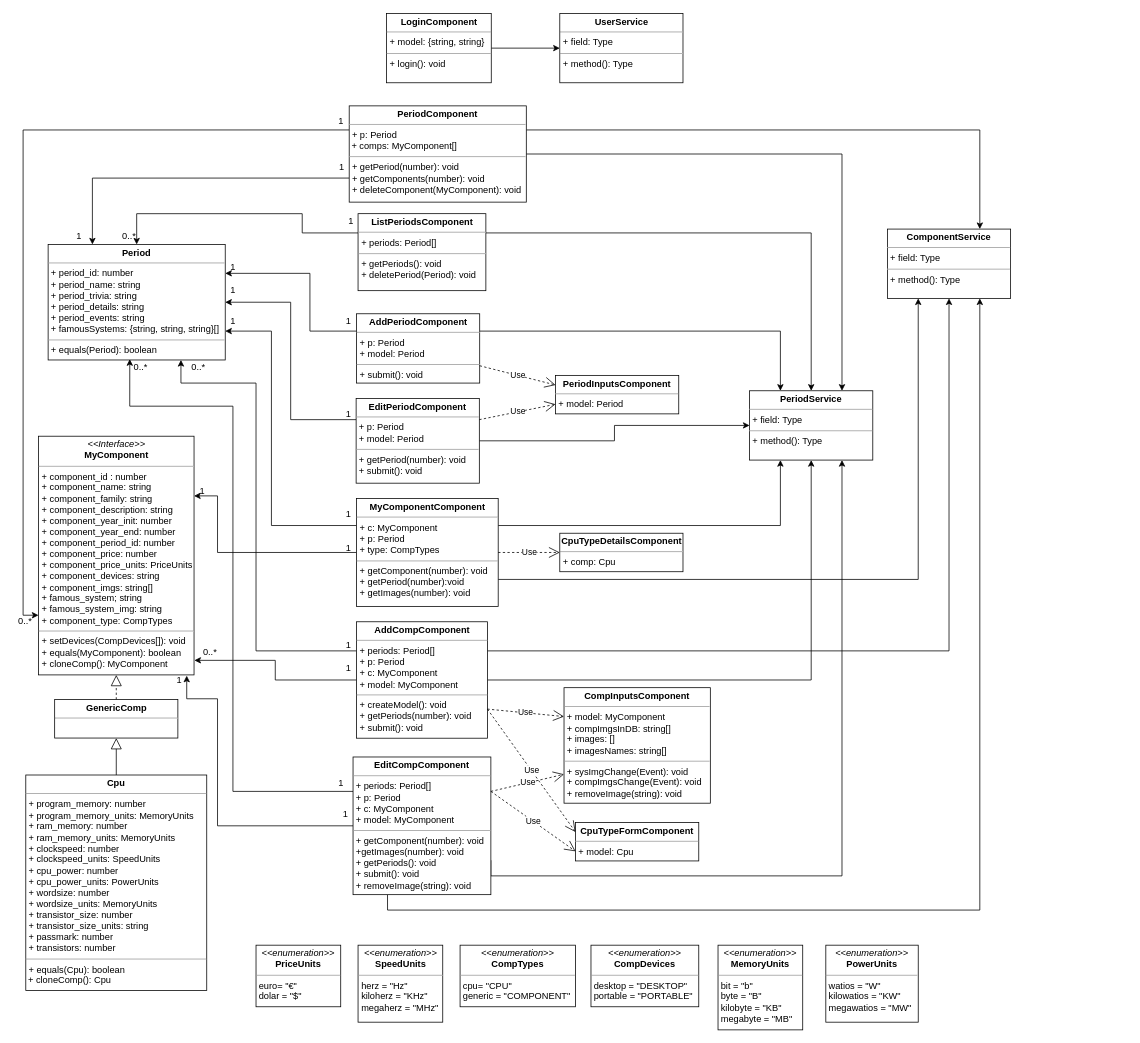
Before: documentacion/figures/dis-clases-admin.drawio in isafdezpe/museo-eii, a draw.io diagram. Source tidied: cells renumbered, new cells numbered last; positions are measured from the earlier drawing's top-left corner, leaving out a move shared by most shapes. Both pictures are drawn from the tidied source at 77%, with x=0, y=0 at pixel (13, 13).
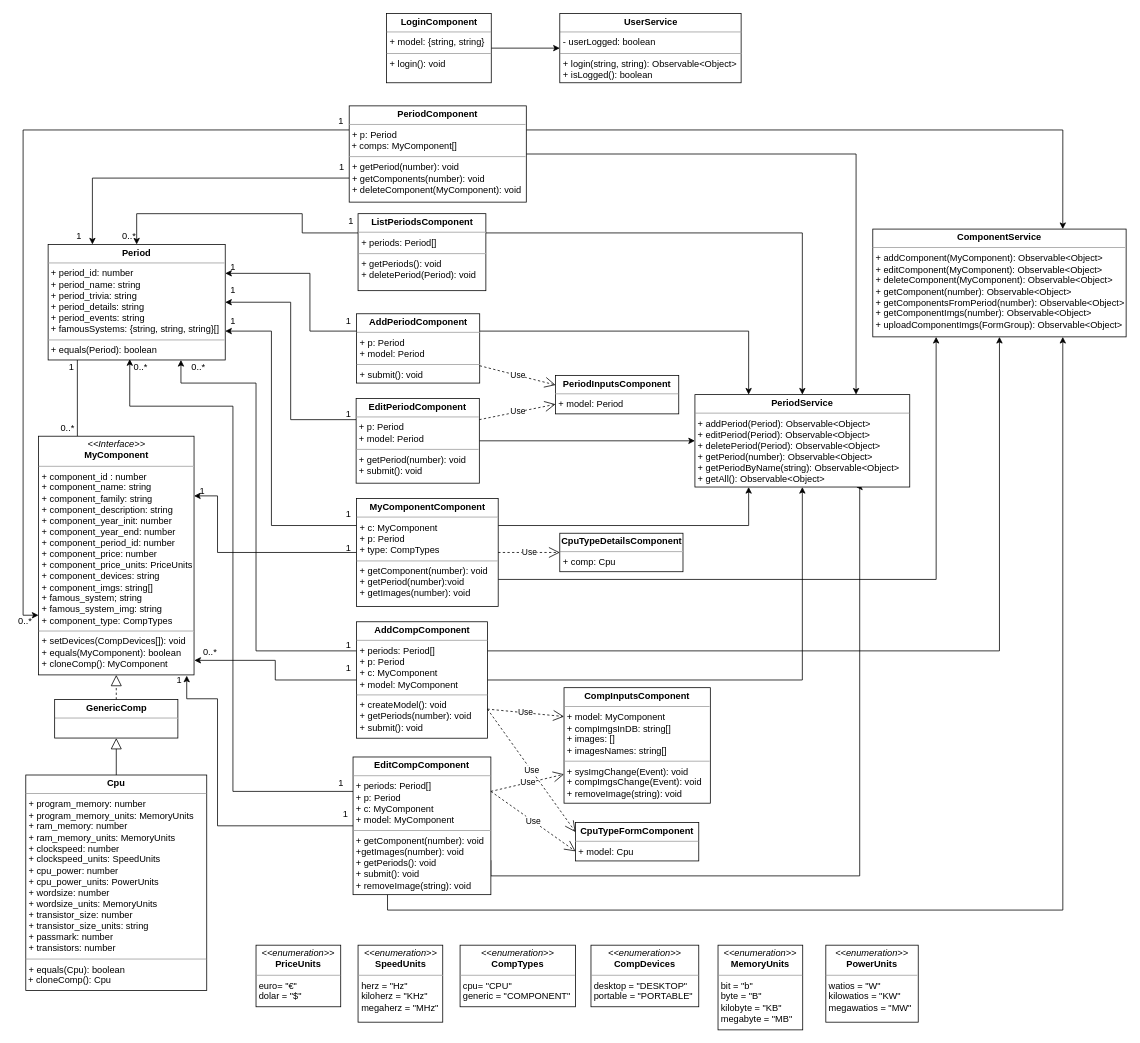
After the change.

The change refers to these unchanged cells:
```xml
<mxCell id="2" value="&lt;p style=&quot;margin: 0px ; margin-top: 4px ; text-align: center&quot;&gt;&lt;i&gt;&amp;lt;&amp;lt;Interface&amp;gt;&amp;gt;&lt;/i&gt;&lt;br&gt;&lt;b&gt;MyComponent&lt;/b&gt;&lt;/p&gt;&lt;hr size=&quot;1&quot;&gt;&lt;p style=&quot;margin: 0px ; margin-left: 4px&quot;&gt;+ component_id : number&lt;br&gt;+ component_name: string&lt;/p&gt;&lt;p style=&quot;margin: 0px ; margin-left: 4px&quot;&gt;+ component_family: string&lt;/p&gt;&lt;p style=&quot;margin: 0px ; margin-left: 4px&quot;&gt;+ component_description: string&lt;br&gt;&lt;/p&gt;&lt;p style=&quot;margin: 0px ; margin-left: 4px&quot;&gt;+ component_year_init: number&lt;br&gt;&lt;/p&gt;&lt;p style=&quot;margin: 0px ; margin-left: 4px&quot;&gt;+ component_year_end: number&lt;br&gt;&lt;/p&gt;&lt;p style=&quot;margin: 0px ; margin-left: 4px&quot;&gt;+ component_period_id: number&lt;br&gt;&lt;/p&gt;&lt;p style=&quot;margin: 0px ; margin-left: 4px&quot;&gt;+ component_price: number&lt;br&gt;&lt;/p&gt;&lt;p style=&quot;margin: 0px ; margin-left: 4px&quot;&gt;+ component_price_units: PriceUnits&lt;br&gt;&lt;/p&gt;&lt;p style=&quot;margin: 0px ; margin-left: 4px&quot;&gt;+ component_devices: string&lt;br&gt;&lt;/p&gt;&lt;p style=&quot;margin: 0px ; margin-left: 4px&quot;&gt;+ component_imgs: string[]&lt;br&gt;&lt;/p&gt;&lt;p style=&quot;margin: 0px ; margin-left: 4px&quot;&gt;+ famous_system; string&lt;br&gt;&lt;/p&gt;&lt;p style=&quot;margin: 0px ; margin-left: 4px&quot;&gt;+ famous_system_img: string&lt;/p&gt;&lt;p style=&quot;margin: 0px ; margin-left: 4px&quot;&gt;+ component_type: CompTypes&lt;br&gt;&lt;/p&gt;&lt;hr size=&quot;1&quot;&gt;&lt;p style=&quot;margin: 0px ; margin-left: 4px&quot;&gt;+ setDevices(CompDevices[]): void&lt;br&gt;+ equals(MyComponent): boolean&lt;/p&gt;&lt;p style=&quot;margin: 0px ; margin-left: 4px&quot;&gt;+ cloneComp(): MyComponent&lt;br&gt;&lt;/p&gt;" style="verticalAlign=top;align=left;overflow=fill;fontSize=12;fontFamily=Helvetica;html=1;" parent="1" vertex="1">
  <mxGeometry x="32.5" y="549" width="202" height="310" as="geometry" />
</mxCell>
<mxCell id="13" value="&lt;p style=&quot;margin: 0px ; margin-top: 4px ; text-align: center&quot;&gt;&lt;b&gt;Period&lt;/b&gt;&lt;/p&gt;&lt;hr size=&quot;1&quot;&gt;&lt;p style=&quot;margin: 0px ; margin-left: 4px&quot;&gt;+&amp;nbsp;&lt;span&gt;period_id: number&lt;/span&gt;&lt;/p&gt;&lt;p style=&quot;margin: 0px ; margin-left: 4px&quot;&gt;+ period_name: string&lt;/p&gt;&lt;p style=&quot;margin: 0px ; margin-left: 4px&quot;&gt;+ period_trivia: string&lt;/p&gt;&lt;p style=&quot;margin: 0px ; margin-left: 4px&quot;&gt;+ period_details: string&lt;/p&gt;&lt;p style=&quot;margin: 0px ; margin-left: 4px&quot;&gt;+ period_events: string&lt;/p&gt;&lt;p style=&quot;margin: 0px ; margin-left: 4px&quot;&gt;+ famousSystems: {string, string, string}[]&lt;/p&gt;&lt;hr size=&quot;1&quot;&gt;&lt;p style=&quot;margin: 0px ; margin-left: 4px&quot;&gt;+ equals(Period): boolean&lt;/p&gt;" style="verticalAlign=top;align=left;overflow=fill;fontSize=12;fontFamily=Helvetica;html=1;" parent="1" vertex="1">
  <mxGeometry x="45" y="300" width="230" height="150" as="geometry" />
</mxCell>
<mxCell id="29" value="&lt;p style=&quot;margin:0px;margin-top:4px;text-align:center;&quot;&gt;&lt;b&gt;EditCompComponent&lt;/b&gt;&lt;/p&gt;&lt;hr size=&quot;1&quot;&gt;&lt;p style=&quot;margin:0px;margin-left:4px;&quot;&gt;&lt;span style=&quot;background-color: initial;&quot;&gt;+ periods: Period[]&lt;/span&gt;&lt;br&gt;&lt;/p&gt;&lt;p style=&quot;margin: 0px 0px 0px 4px;&quot;&gt;+ p: Period&lt;/p&gt;&lt;p style=&quot;margin: 0px 0px 0px 4px;&quot;&gt;+ c: MyComponent&lt;/p&gt;&lt;p style=&quot;margin: 0px 0px 0px 4px;&quot;&gt;+ model: MyComponent&lt;/p&gt;&lt;hr size=&quot;1&quot;&gt;&lt;p style=&quot;margin:0px;margin-left:4px;&quot;&gt;+ getComponent(number): void&lt;/p&gt;&lt;p style=&quot;margin:0px;margin-left:4px;&quot;&gt;+getImages(number): void&lt;/p&gt;&lt;p style=&quot;margin:0px;margin-left:4px;&quot;&gt;+ getPeriods(): void&lt;/p&gt;&lt;p style=&quot;margin:0px;margin-left:4px;&quot;&gt;+ submit(): void&lt;/p&gt;&lt;p style=&quot;margin:0px;margin-left:4px;&quot;&gt;+ removeImage(string): void&lt;/p&gt;" style="verticalAlign=top;align=left;overflow=fill;fontSize=12;fontFamily=Helvetica;html=1;" parent="1" vertex="1">
  <mxGeometry x="441" y="965.6" width="179" height="178.8" as="geometry" />
</mxCell>
```

Diff of the diagram source:
```diff
@@
+    <mxCell id="81" style="edgeStyle=orthogonalEdgeStyle;rounded=0;jettySize=auto;html=1;exitX=0.25;exitY=0;exitDx=0;exitDy=0;entryX=0.165;entryY=1;entryDx=0;entryDy=0;endArrow=none;endFill=0;entryPerimeter=0;" parent="1" edge="1" source="2" target="13">
+      <mxGeometry relative="1" as="geometry" />
+    </mxCell>
@@
     <mxCell id="28" style="edgeStyle=orthogonalEdgeStyle;rounded=0;jettySize=auto;html=1;exitX=1;exitY=0.75;exitDx=0;exitDy=0;entryX=0.75;entryY=1;entryDx=0;entryDy=0;" parent="1" edge="1" source="29" target="50">
       <mxGeometry relative="1" as="geometry">
         <Array as="points">
           <mxPoint x="620" y="1120" />
-          <mxPoint x="1076" y="1120" />
+          <mxPoint x="1099" y="1120" />
         </Array>
       </mxGeometry>
     </mxCell>
@@
-    <mxCell id="49" value="&lt;p style=&quot;margin:0px;margin-top:4px;text-align:center;&quot;&gt;&lt;b&gt;ComponentService&lt;/b&gt;&lt;/p&gt;&lt;hr size=&quot;1&quot;&gt;&lt;p style=&quot;margin:0px;margin-left:4px;&quot;&gt;+ field: Type&lt;/p&gt;&lt;hr size=&quot;1&quot;&gt;&lt;p style=&quot;margin:0px;margin-left:4px;&quot;&gt;+ method(): Type&lt;/p&gt;" style="verticalAlign=top;align=left;overflow=fill;fontSize=12;fontFamily=Helvetica;html=1;" parent="1" vertex="1">
-      <mxGeometry x="1135" y="280" width="160" height="90" as="geometry" />
+    <mxCell id="49" value="&lt;p style=&quot;margin:0px;margin-top:4px;text-align:center;&quot;&gt;&lt;b&gt;ComponentService&lt;/b&gt;&lt;/p&gt;&lt;hr size=&quot;1&quot;&gt;&lt;p style=&quot;margin:0px;margin-left:4px;&quot;&gt;&lt;/p&gt;&lt;p style=&quot;margin:0px;margin-left:4px;&quot;&gt;+ addComponent(MyComponent): Observable&amp;lt;Object&amp;gt;&lt;/p&gt;&lt;p style=&quot;margin:0px;margin-left:4px;&quot;&gt;+ editComponent(MyComponent): Observable&amp;lt;Object&amp;gt;&lt;/p&gt;&lt;p style=&quot;margin:0px;margin-left:4px;&quot;&gt;+ deleteComponent(MyComponent): Observable&amp;lt;Object&amp;gt;&lt;/p&gt;&lt;p style=&quot;margin:0px;margin-left:4px;&quot;&gt;+ getComponent(number): Observable&amp;lt;Object&amp;gt;&lt;/p&gt;&lt;p style=&quot;margin:0px;margin-left:4px;&quot;&gt;+ getComponentsFromPeriod(number): Observable&amp;lt;Object&amp;gt;&lt;/p&gt;&lt;p style=&quot;margin:0px;margin-left:4px;&quot;&gt;+ getComponentImgs(number): Observable&amp;lt;Object&amp;gt;&lt;/p&gt;&lt;p style=&quot;margin:0px;margin-left:4px;&quot;&gt;+ uploadComponentImgs(FormGroup): Observable&amp;lt;Object&amp;gt;&lt;/p&gt;" style="verticalAlign=top;align=left;overflow=fill;fontSize=12;fontFamily=Helvetica;html=1;" parent="1" vertex="1">
+      <mxGeometry x="1116" y="280" width="329" height="140" as="geometry" />
     </mxCell>
-    <mxCell id="50" value="&lt;p style=&quot;margin:0px;margin-top:4px;text-align:center;&quot;&gt;&lt;b&gt;PeriodService&lt;/b&gt;&lt;/p&gt;&lt;hr size=&quot;1&quot;&gt;&lt;p style=&quot;margin:0px;margin-left:4px;&quot;&gt;+ field: Type&lt;/p&gt;&lt;hr size=&quot;1&quot;&gt;&lt;p style=&quot;margin:0px;margin-left:4px;&quot;&gt;+ method(): Type&lt;/p&gt;" style="verticalAlign=top;align=left;overflow=fill;fontSize=12;fontFamily=Helvetica;html=1;" parent="1" vertex="1">
-      <mxGeometry x="956" y="490" width="160" height="90" as="geometry" />
+    <mxCell id="50" value="&lt;p style=&quot;margin:0px;margin-top:4px;text-align:center;&quot;&gt;&lt;b&gt;PeriodService&lt;/b&gt;&lt;/p&gt;&lt;hr size=&quot;1&quot;&gt;&lt;p style=&quot;margin:0px;margin-left:4px;&quot;&gt;&lt;span style=&quot;background-color: initial;&quot;&gt;+ addPeriod(Period): Observable&amp;lt;Object&amp;gt;&lt;/span&gt;&lt;/p&gt;&lt;p style=&quot;margin:0px;margin-left:4px;&quot;&gt;&lt;span style=&quot;background-color: initial;&quot;&gt;+ editPeriod(Period): Observable&amp;lt;Object&amp;gt;&lt;/span&gt;&lt;/p&gt;&lt;p style=&quot;margin:0px;margin-left:4px;&quot;&gt;&lt;span style=&quot;background-color: initial;&quot;&gt;+ deletePeriod(Period): Observable&amp;lt;Object&amp;gt;&lt;/span&gt;&lt;/p&gt;&lt;p style=&quot;margin:0px;margin-left:4px;&quot;&gt;&lt;span style=&quot;background-color: initial;&quot;&gt;+ getPeriod(number): Observable&amp;lt;Object&amp;gt;&lt;/span&gt;&lt;/p&gt;&lt;p style=&quot;margin:0px;margin-left:4px;&quot;&gt;&lt;span style=&quot;background-color: initial;&quot;&gt;+ getPeriodByName(string): Observable&amp;lt;Object&amp;gt;&lt;/span&gt;&lt;/p&gt;&lt;p style=&quot;margin:0px;margin-left:4px;&quot;&gt;&lt;span style=&quot;background-color: initial;&quot;&gt;+ getAll(): Observable&amp;lt;Object&amp;gt;&lt;/span&gt;&lt;/p&gt;" style="verticalAlign=top;align=left;overflow=fill;fontSize=12;fontFamily=Helvetica;html=1;" parent="1" vertex="1">
+      <mxGeometry x="885" y="495" width="279" height="120" as="geometry" />
     </mxCell>
-    <mxCell id="51" value="&lt;p style=&quot;margin:0px;margin-top:4px;text-align:center;&quot;&gt;&lt;b&gt;UserService&lt;/b&gt;&lt;/p&gt;&lt;hr size=&quot;1&quot;&gt;&lt;p style=&quot;margin:0px;margin-left:4px;&quot;&gt;+ field: Type&lt;/p&gt;&lt;hr size=&quot;1&quot;&gt;&lt;p style=&quot;margin:0px;margin-left:4px;&quot;&gt;+ method(): Type&lt;/p&gt;" style="verticalAlign=top;align=left;overflow=fill;fontSize=12;fontFamily=Helvetica;html=1;" parent="1" vertex="1">
-      <mxGeometry x="709.5" width="160" height="90" as="geometry" />
+    <mxCell id="51" value="&lt;p style=&quot;margin:0px;margin-top:4px;text-align:center;&quot;&gt;&lt;b&gt;UserService&lt;/b&gt;&lt;/p&gt;&lt;hr size=&quot;1&quot;&gt;&lt;p style=&quot;margin:0px;margin-left:4px;&quot;&gt;- userLogged: boolean&lt;/p&gt;&lt;hr size=&quot;1&quot;&gt;&lt;p style=&quot;margin:0px;margin-left:4px;&quot;&gt;+ login(string, string): Observable&amp;lt;Object&amp;gt;&lt;/p&gt;&lt;p style=&quot;margin:0px;margin-left:4px;&quot;&gt;+ isLogged(): boolean&lt;/p&gt;" style="verticalAlign=top;align=left;overflow=fill;fontSize=12;fontFamily=Helvetica;html=1;" parent="1" vertex="1">
+      <mxGeometry x="709.5" width="235.5" height="90" as="geometry" />
     </mxCell>
@@
+    <mxCell id="82" value="1" style="text;html=1;align=center;verticalAlign=middle;strokeColor=none;fillColor=none;" parent="1" vertex="1">
+      <mxGeometry x="65" y="450" width="20" height="20" as="geometry" />
+    </mxCell>
+    <mxCell id="83" value="0..*" style="text;html=1;align=center;verticalAlign=middle;strokeColor=none;fillColor=none;" parent="1" vertex="1">
+      <mxGeometry x="55" y="529" width="30" height="20" as="geometry" />
+    </mxCell>
```
